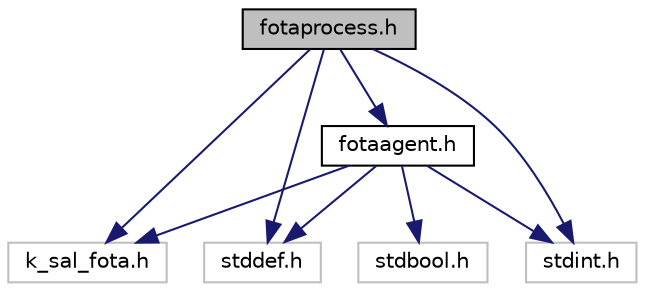
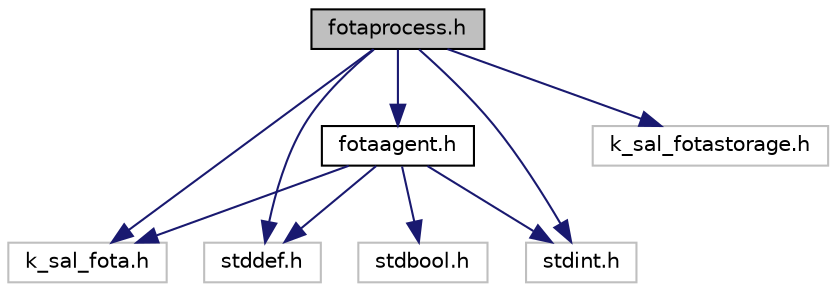
digraph "fotaprocess.h"
{
 // LATEX_PDF_SIZE
  edge [fontname="Helvetica",fontsize="10",labelfontname="Helvetica",labelfontsize="10"];
  node [fontname="Helvetica",fontsize="10",shape=record];
  Node1 [label="fotaprocess.h",height=0.2,width=0.4,color="black", fillcolor="grey75", style="filled", fontcolor="black",tooltip="Fota Agent Process."];
  Node1 -> Node2 [color="midnightblue",fontsize="10",style="solid",fontname="Helvetica"];
  Node2 [label="fotaagent.h",height=0.2,width=0.4,color="black", fillcolor="white", style="filled",URL="$fotaagent_8h.html",tooltip="Interface for Fota Agent."];
  Node2 -> Node3 [color="midnightblue",fontsize="10",style="solid",fontname="Helvetica"];
  Node3 [label="k_sal_fota.h",height=0.2,width=0.4,color="grey75", fillcolor="white", style="filled",tooltip=" "];
  Node2 -> Node4 [color="midnightblue",fontsize="10",style="solid",fontname="Helvetica"];
  Node4 [label="stddef.h",height=0.2,width=0.4,color="grey75", fillcolor="white", style="filled",tooltip=" "];
  Node2 -> Node5 [color="midnightblue",fontsize="10",style="solid",fontname="Helvetica"];
  Node5 [label="stdint.h",height=0.2,width=0.4,color="grey75", fillcolor="white", style="filled",tooltip=" "];
  Node2 -> Node6 [color="midnightblue",fontsize="10",style="solid",fontname="Helvetica"];
  Node6 [label="stdbool.h",height=0.2,width=0.4,color="grey75", fillcolor="white", style="filled",tooltip=" "];
  Node1 -> Node3 [color="midnightblue",fontsize="10",style="solid",fontname="Helvetica"];
+   Node1 -> Node7 [color="midnightblue",fontsize="10",style="solid",fontname="Helvetica"];
+   Node7 [label="k_sal_fotastorage.h",height=0.2,width=0.4,color="grey75", fillcolor="white", style="filled",tooltip=" "];
  Node1 -> Node4 [color="midnightblue",fontsize="10",style="solid",fontname="Helvetica"];
  Node1 -> Node5 [color="midnightblue",fontsize="10",style="solid",fontname="Helvetica"];
}
